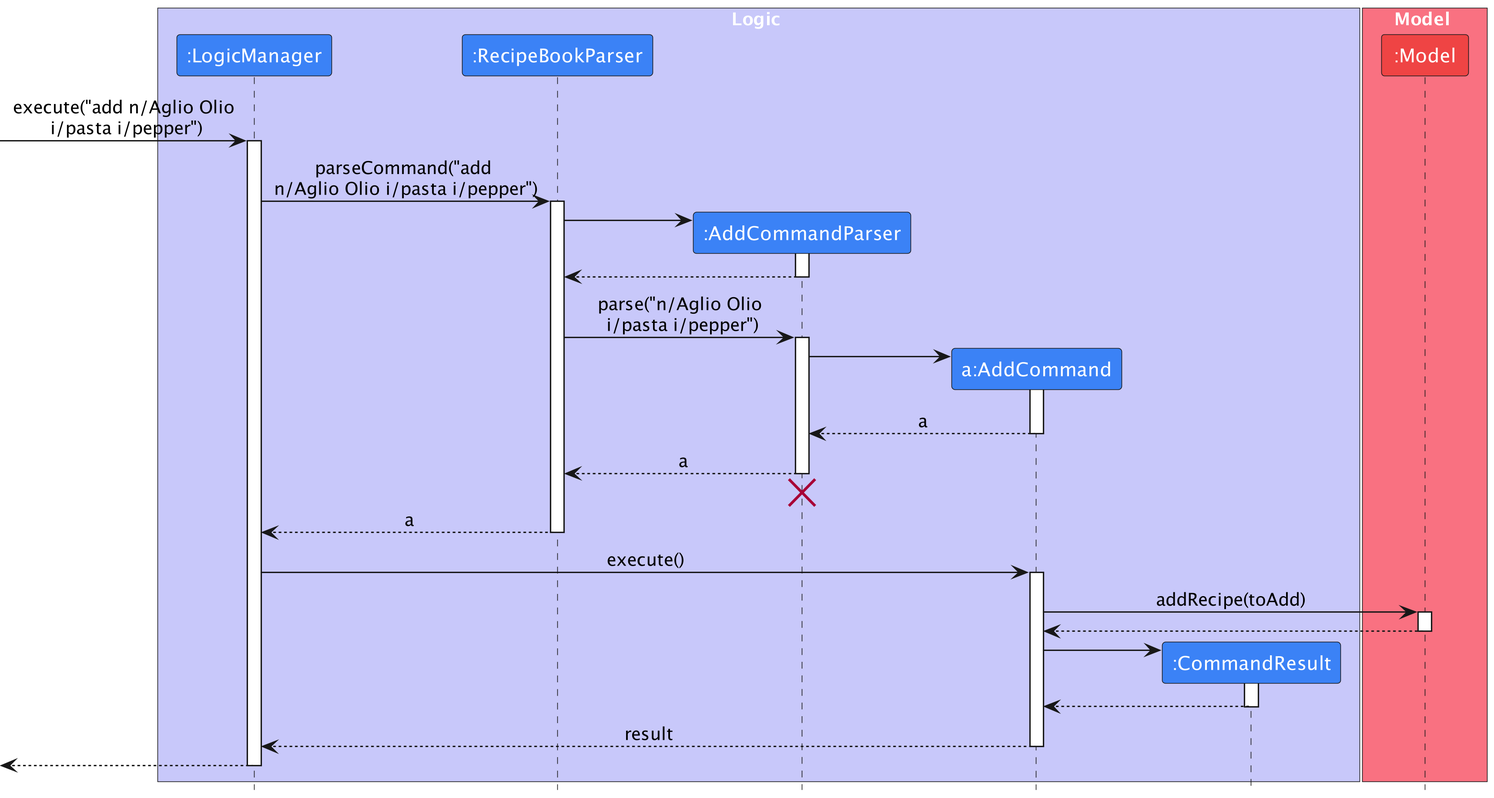
Before: docs/images/AddSequenceDiagram.png, a diagram exported from PlantUML (nus-cs2103-AY2223S2/tp).
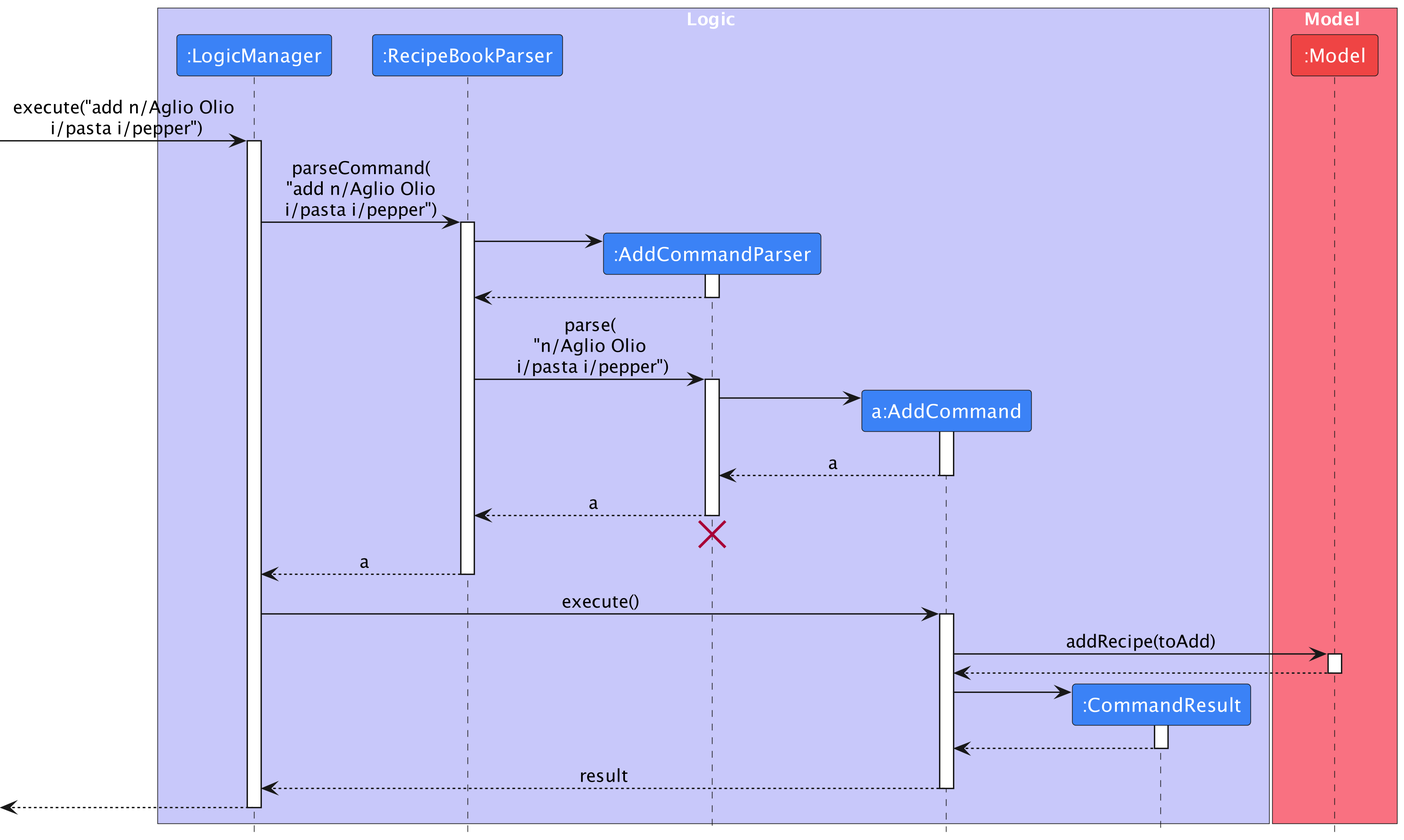
The same file after the commit.

What changed in the source:
```diff
@@ -16,7 +16,7 @@
 [-> LogicManager : execute("add n/Aglio Olio\n i/pasta i/pepper")
 activate LogicManager
 
-LogicManager -> RecipeBookParser : parseCommand("add \nn/Aglio Olio i/pasta i/pepper")
+LogicManager -> RecipeBookParser : parseCommand(\n"add n/Aglio Olio\ni/pasta i/pepper")
 activate RecipeBookParser
 
 create AddCommandParser
@@ -26,7 +26,7 @@
 AddCommandParser --> RecipeBookParser
 deactivate AddCommandParser
 
-RecipeBookParser -> AddCommandParser : parse("n/Aglio Olio\n i/pasta i/pepper")
+RecipeBookParser -> AddCommandParser : parse(\n"n/Aglio Olio\n i/pasta i/pepper")
 activate AddCommandParser
 
 create AddCommand
```
